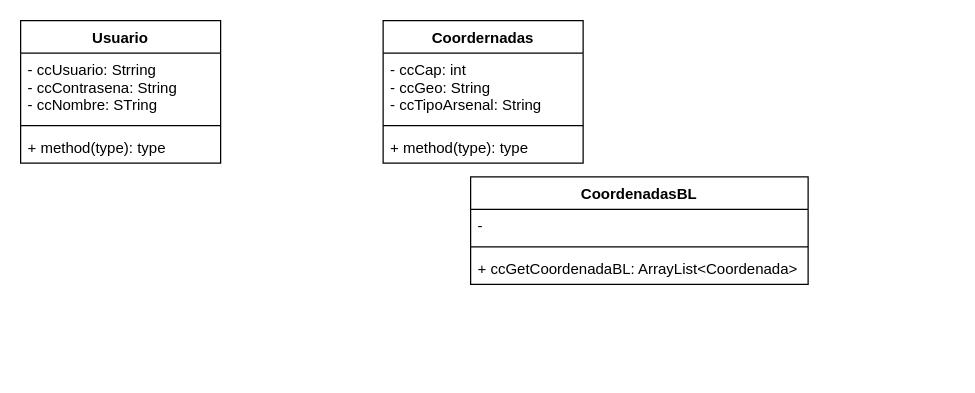
Earlier version of the draw.io diagram digramaDeClases.drawio (JeffersonDaviid/Examen-Programaci-n-2). Source tidied: cells renumbered, new cells numbered last; positions are measured from the earlier drawing's top-left corner, leaving out a move shared by most shapes. Both pictures are drawn from the tidied source at 125%, with x=0, y=0 at pixel (20, 20).
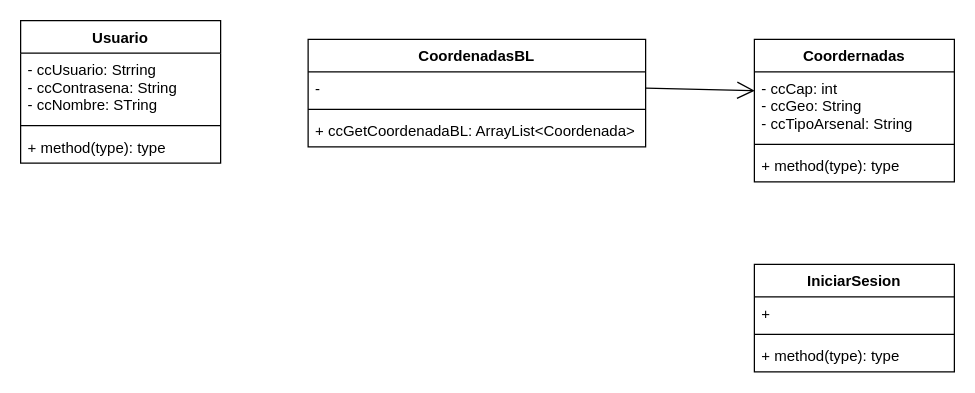
Above is the later version.

Diff of the diagram source:
```diff
@@
 <mxGraphModel>
   <root>
     <mxCell id="0" />
     <mxCell id="1" parent="0" />
     <mxCell id="2" value="Usuario" style="swimlane;fontStyle=1;align=center;verticalAlign=top;horizontal=1;startSize=26;" parent="1" vertex="1">
       <mxGeometry width="160" height="114" as="geometry" />
     </mxCell>
     <mxCell id="3" value="- ccUsuario: Strring&#10;- ccContrasena: String&#10;- ccNombre: STring" style="text;strokeColor=none;fillColor=none;align=left;verticalAlign=top;spacingLeft=4;spacingRight=4;overflow=hidden;" parent="2" vertex="1">
       <mxGeometry y="26" width="160" height="54" as="geometry" />
     </mxCell>
     <mxCell id="4" style="line;strokeWidth=1;fillColor=none;align=left;verticalAlign=middle;spacingTop=-1;spacingLeft=3;spacingRight=3;labelPosition=right;strokeColor=inherit;" parent="2" vertex="1">
       <mxGeometry y="80" width="160" height="8" as="geometry" />
     </mxCell>
     <mxCell id="5" value="+ method(type): type" style="text;strokeColor=none;fillColor=none;align=left;verticalAlign=top;spacingLeft=4;spacingRight=4;overflow=hidden;" parent="2" vertex="1">
       <mxGeometry y="88" width="160" height="26" as="geometry" />
     </mxCell>
     <mxCell id="6" value="Coordernadas" style="swimlane;fontStyle=1;align=center;verticalAlign=top;horizontal=1;startSize=26;" parent="1" vertex="1">
-      <mxGeometry x="290" width="160" height="114" as="geometry" />
+      <mxGeometry x="587" y="15" width="160" height="114" as="geometry" />
     </mxCell>
     <mxCell id="7" value="- ccCap: int&#10;- ccGeo: String&#10;- ccTipoArsenal: String" style="text;strokeColor=none;fillColor=none;align=left;verticalAlign=top;spacingLeft=4;spacingRight=4;overflow=hidden;points=[[0,0.5],[1,0.5]];portConstraint=eastwest;" parent="6" vertex="1">
       <mxGeometry y="26" width="160" height="54" as="geometry" />
     </mxCell>
     <mxCell id="8" style="line;strokeWidth=1;fillColor=none;align=left;verticalAlign=middle;spacingTop=-1;spacingLeft=3;spacingRight=3;labelPosition=right;strokeColor=inherit;" parent="6" vertex="1">
       <mxGeometry y="80" width="160" height="8" as="geometry" />
     </mxCell>
     <mxCell id="9" value="+ method(type): type" style="text;strokeColor=none;fillColor=none;align=left;verticalAlign=top;spacingLeft=4;spacingRight=4;overflow=hidden;" parent="6" vertex="1">
       <mxGeometry y="88" width="160" height="26" as="geometry" />
     </mxCell>
     <mxCell id="10" value="CoordenadasBL" style="swimlane;fontStyle=1;align=center;verticalAlign=top;horizontal=1;startSize=26;" parent="1" vertex="1">
-      <mxGeometry x="360" y="125" width="270" height="86" as="geometry" />
+      <mxGeometry x="230" y="15" width="270" height="86" as="geometry" />
     </mxCell>
     <mxCell id="11" value="-" style="text;strokeColor=none;fillColor=none;align=left;verticalAlign=top;spacingLeft=4;spacingRight=4;overflow=hidden;points=[[0,0.5],[1,0.5]];portConstraint=eastwest;" parent="10" vertex="1">
       <mxGeometry y="26" width="270" height="26" as="geometry" />
     </mxCell>
     <mxCell id="12" style="line;strokeWidth=1;fillColor=none;align=left;verticalAlign=middle;spacingTop=-1;spacingLeft=3;spacingRight=3;labelPosition=right;strokeColor=inherit;" parent="10" vertex="1">
       <mxGeometry y="52" width="270" height="8" as="geometry" />
     </mxCell>
     <mxCell id="13" value="+ ccGetCoordenadaBL: ArrayList&lt;Coordenada&gt;" style="text;strokeColor=none;fillColor=none;align=left;verticalAlign=top;spacingLeft=4;spacingRight=4;overflow=hidden;" parent="10" vertex="1">
       <mxGeometry y="60" width="270" height="26" as="geometry" />
     </mxCell>
+    <mxCell id="14" style="endArrow=open;endFill=1;endSize=12;html=1;exitX=1;exitY=0.5;exitDx=0;exitDy=0;entryX=0.002;entryY=0.278;entryDx=0;entryDy=0;entryPerimeter=0;" parent="1" edge="1" source="11" target="7">
+      <mxGeometry relative="1" as="geometry" />
+    </mxCell>
+    <mxCell id="15" value="IniciarSesion" style="swimlane;fontStyle=1;align=center;verticalAlign=top;horizontal=1;startSize=26;" parent="1" vertex="1">
+      <mxGeometry x="587" y="195" width="160" height="86" as="geometry" />
+    </mxCell>
+    <mxCell id="16" value="+  " style="text;strokeColor=none;fillColor=none;align=left;verticalAlign=top;spacingLeft=4;spacingRight=4;overflow=hidden;" parent="15" vertex="1">
+      <mxGeometry y="26" width="160" height="26" as="geometry" />
+    </mxCell>
+    <mxCell id="17" style="line;strokeWidth=1;fillColor=none;align=left;verticalAlign=middle;spacingTop=-1;spacingLeft=3;spacingRight=3;labelPosition=right;strokeColor=inherit;" parent="15" vertex="1">
+      <mxGeometry y="52" width="160" height="8" as="geometry" />
+    </mxCell>
+    <mxCell id="18" value="+ method(type): type" style="text;strokeColor=none;fillColor=none;align=left;verticalAlign=top;spacingLeft=4;spacingRight=4;overflow=hidden;" parent="15" vertex="1">
+      <mxGeometry y="60" width="160" height="26" as="geometry" />
+    </mxCell>
   </root>
 </mxGraphModel>
```
